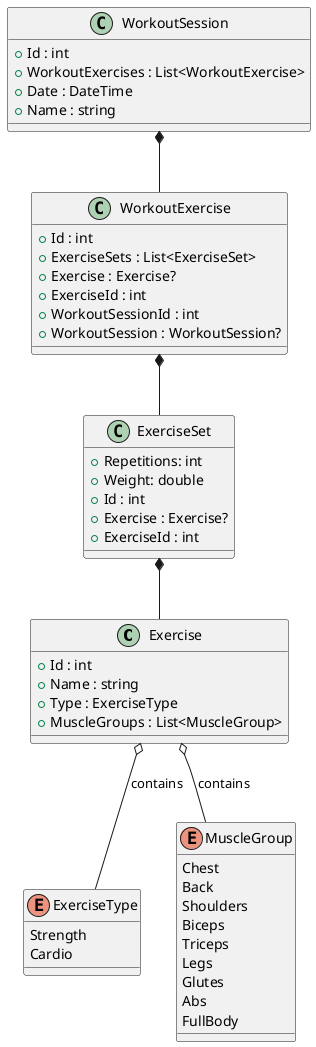
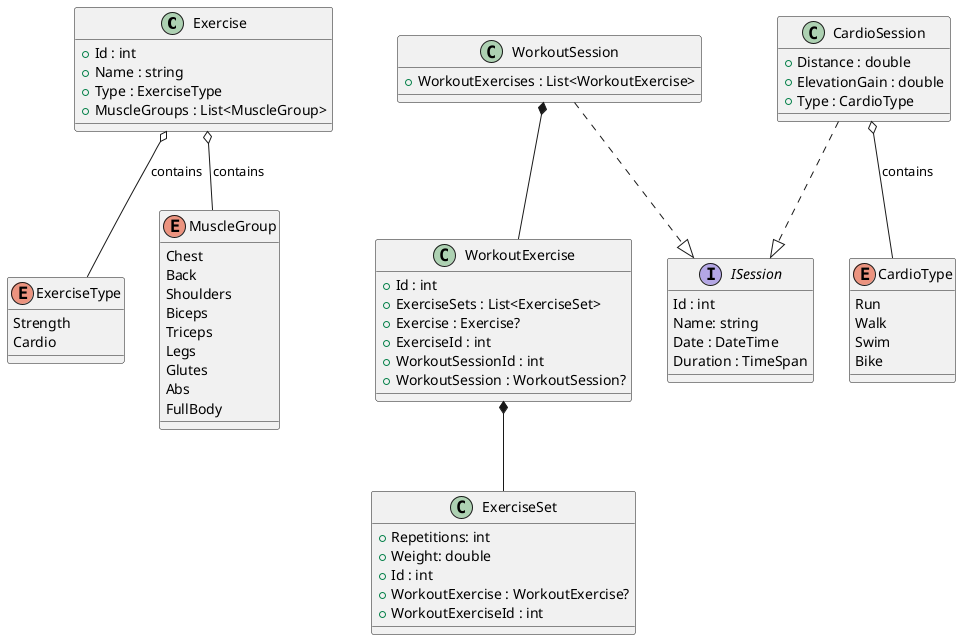
@startuml
class Exercise {
    + Id : int
    + Name : string
    + Type : ExerciseType
    + MuscleGroups : List<MuscleGroup>
}

+ class ExerciseSet{
+     + Repetitions: int
+     + Weight: double
+     + Id : int
+     + WorkoutExercise : WorkoutExercise?
+     + WorkoutExerciseId : int
+ }
+ 
+ class WorkoutExercise{
+     + Id : int
+     + ExerciseSets : List<ExerciseSet>
+     + Exercise : Exercise?
+     + ExerciseId : int
+     + WorkoutSessionId : int
+     + WorkoutSession : WorkoutSession?
+ }
+ 
+ class WorkoutSession{
+     +WorkoutExercises : List<WorkoutExercise>
+ }
+ 
+ class CardioSession{
+     +Distance : double
+     +ElevationGain : double
+     +Type : CardioType
+ }
+ 
enum ExerciseType {
    Strength
    Cardio
+ }
+ 
+ enum CardioType{
+     Run
+     Walk
+     Swim
+     Bike
}

enum MuscleGroup {
    Chest
    Back
    Shoulders
    Biceps
    Triceps
    Legs
    Glutes
    Abs
    FullBody
}

- class ExerciseSet{
- + Repetitions: int
- + Weight: double
- + Id : int
- + Exercise : Exercise?
- + ExerciseId : int
+ 
+ interface ISession {
+     Id : int
+     Name: string
+     Date : DateTime
+     Duration : TimeSpan
}

- class WorkoutExercise
- {
- + Id : int
- + ExerciseSets : List<ExerciseSet>
- + Exercise : Exercise?
- + ExerciseId : int
- + WorkoutSessionId : int
- + WorkoutSession : WorkoutSession?
- }
- 
- class WorkoutSession{
- + Id : int
- + WorkoutExercises : List<WorkoutExercise>
- + Date : DateTime
- + Name : string
- }
+ WorkoutSession ..|>ISession
+ CardioSession ..|>ISession
Exercise o-- ExerciseType : contains
Exercise o-- MuscleGroup : contains
- ExerciseSet *-- Exercise
+ CardioSession o-- CardioType : contains
WorkoutExercise *--ExerciseSet
WorkoutSession *--WorkoutExercise
- 
@enduml